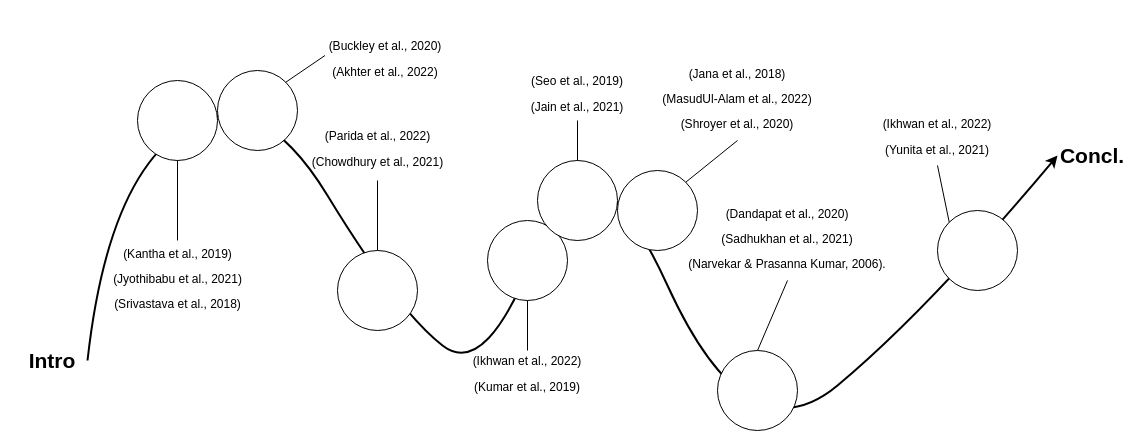
The draw.io diagram intro.drawio in hidayatmn378/MyThesis, before the edit. Source tidied: cells renumbered, new cells numbered last; positions are measured from the earlier drawing's top-left corner, leaving out a move shared by most shapes. Both pictures are drawn from the tidied source at 100%, with x=0, y=0 at pixel (17, 20).
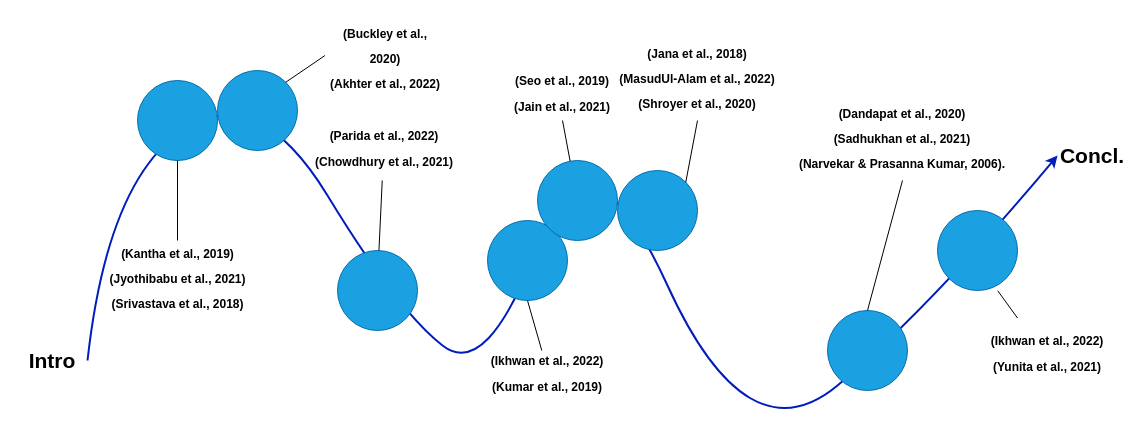
After the change.

Diff of the diagram source:
```diff
@@
-    <mxCell id="2" value="&lt;font style=&quot;font-size: 21px;&quot;&gt;Intro&lt;/font&gt;" style="text;html=1;strokeColor=none;fillColor=none;align=center;verticalAlign=middle;whiteSpace=wrap;rounded=0;fontSize=21;fontStyle=1;" parent="1" vertex="1">
+    <mxCell id="2" value="&lt;font style=&quot;font-size: 21px;&quot;&gt;Intro&lt;/font&gt;" style="text;html=1;align=center;verticalAlign=middle;whiteSpace=wrap;rounded=0;fontSize=21;fontStyle=1;" parent="1" vertex="1">
       <mxGeometry y="320" width="70" height="40" as="geometry" />
     </mxCell>
-    <mxCell id="3" value="Concl." style="text;html=1;strokeColor=none;fillColor=none;align=center;verticalAlign=middle;whiteSpace=wrap;rounded=0;fontSize=21;fontStyle=1;" parent="1" vertex="1">
+    <mxCell id="3" value="Concl." style="text;html=1;align=center;verticalAlign=middle;whiteSpace=wrap;rounded=0;fontSize=21;fontStyle=1;" parent="1" vertex="1">
       <mxGeometry x="1040" y="110" width="70" height="50" as="geometry" />
     </mxCell>
-    <mxCell id="4" style="curved=1;endArrow=classic;html=1;rounded=0;fontSize=21;exitX=1;exitY=0.5;exitDx=0;exitDy=0;entryX=0;entryY=0.5;entryDx=0;entryDy=0;strokeWidth=2;" parent="1" edge="1" source="2" target="3">
+    <mxCell id="4" style="curved=1;endArrow=classic;html=1;rounded=0;fontSize=21;exitX=1;exitY=0.5;exitDx=0;exitDy=0;entryX=0;entryY=0.5;entryDx=0;entryDy=0;strokeWidth=2;fillColor=#0050ef;strokeColor=#001DBC;" parent="1" edge="1" source="2" target="3">
       <mxGeometry relative="1" as="geometry">
         <Array as="points">
           <mxPoint x="90" y="160" />
           <mxPoint x="240" y="60" />
           <mxPoint x="380" y="290" />
           <mxPoint x="470" y="360" />
           <mxPoint x="570" y="90" />
           <mxPoint x="730" y="440" />
           <mxPoint x="910" y="290" />
         </Array>
       </mxGeometry>
     </mxCell>
-    <mxCell id="5" style="ellipse;whiteSpace=wrap;html=1;fontSize=21;" parent="1" vertex="1">
+    <mxCell id="5" style="ellipse;whiteSpace=wrap;html=1;fontSize=21;fillColor=#1ba1e2;fontColor=#ffffff;strokeColor=#006EAF;" parent="1" vertex="1">
       <mxGeometry x="120" y="60" width="80" height="80" as="geometry" />
     </mxCell>
-    <mxCell id="6" style="ellipse;whiteSpace=wrap;html=1;fontSize=21;" parent="1" vertex="1">
+    <mxCell id="6" style="ellipse;whiteSpace=wrap;html=1;fontSize=21;fillColor=#1ba1e2;fontColor=#ffffff;strokeColor=#006EAF;" parent="1" vertex="1">
       <mxGeometry x="200" y="50" width="80" height="80" as="geometry" />
     </mxCell>
-    <mxCell id="7" style="ellipse;whiteSpace=wrap;html=1;fontSize=21;" parent="1" vertex="1">
+    <mxCell id="7" style="ellipse;whiteSpace=wrap;html=1;fontSize=21;fillColor=#1ba1e2;fontColor=#ffffff;strokeColor=#006EAF;" parent="1" vertex="1">
       <mxGeometry x="320" y="230" width="80" height="80" as="geometry" />
     </mxCell>
-    <mxCell id="8" style="ellipse;whiteSpace=wrap;html=1;fontSize=21;" parent="1" vertex="1">
+    <mxCell id="8" style="ellipse;whiteSpace=wrap;html=1;fontSize=21;fillColor=#1ba1e2;fontColor=#ffffff;strokeColor=#006EAF;" parent="1" vertex="1">
       <mxGeometry x="470" y="200" width="80" height="80" as="geometry" />
     </mxCell>
-    <mxCell id="9" style="ellipse;whiteSpace=wrap;html=1;fontSize=21;" parent="1" vertex="1">
+    <mxCell id="9" style="ellipse;whiteSpace=wrap;html=1;fontSize=21;fillColor=#1ba1e2;fontColor=#ffffff;strokeColor=#006EAF;" parent="1" vertex="1">
       <mxGeometry x="520" y="140" width="80" height="80" as="geometry" />
     </mxCell>
-    <mxCell id="10" style="ellipse;whiteSpace=wrap;html=1;fontSize=21;" parent="1" vertex="1">
+    <mxCell id="10" style="ellipse;whiteSpace=wrap;html=1;fontSize=21;fillColor=#1ba1e2;fontColor=#ffffff;strokeColor=#006EAF;" parent="1" vertex="1">
       <mxGeometry x="600" y="150" width="80" height="80" as="geometry" />
     </mxCell>
-    <mxCell id="11" style="ellipse;whiteSpace=wrap;html=1;fontSize=21;" parent="1" vertex="1">
-      <mxGeometry x="700" y="330" width="80" height="80" as="geometry" />
+    <mxCell id="11" style="ellipse;whiteSpace=wrap;html=1;fontSize=21;fillColor=#1ba1e2;fontColor=#ffffff;strokeColor=#006EAF;" parent="1" vertex="1">
+      <mxGeometry x="810" y="290" width="80" height="80" as="geometry" />
     </mxCell>
-    <mxCell id="12" style="ellipse;whiteSpace=wrap;html=1;fontSize=21;" parent="1" vertex="1">
+    <mxCell id="12" style="ellipse;whiteSpace=wrap;html=1;fontSize=21;fillColor=#1ba1e2;fontColor=#ffffff;strokeColor=#006EAF;" parent="1" vertex="1">
       <mxGeometry x="920" y="190" width="80" height="80" as="geometry" />
     </mxCell>
-    <mxCell id="13" value="&lt;div&gt;&lt;font style=&quot;font-size: 12px;&quot;&gt;(Kantha et al., 2019)&lt;/font&gt;&lt;/div&gt;&lt;div&gt;&lt;font style=&quot;font-size: 12px;&quot;&gt;(Jyothibabu et al., 2021)&lt;br&gt;&lt;/font&gt;&lt;/div&gt;&lt;div&gt;&lt;font style=&quot;font-size: 12px;&quot;&gt;(Srivastava et al., 2018)&lt;br&gt;&lt;/font&gt;&lt;/div&gt;" style="text;html=1;strokeColor=none;fillColor=none;align=center;verticalAlign=middle;whiteSpace=wrap;rounded=0;fontSize=21;" parent="1" vertex="1">
+    <mxCell id="13" value="&lt;div&gt;&lt;font style=&quot;font-size: 12px;&quot;&gt;(Kantha et al., 2019)&lt;/font&gt;&lt;/div&gt;&lt;div&gt;&lt;font style=&quot;font-size: 12px;&quot;&gt;(Jyothibabu et al., 2021)&lt;br&gt;&lt;/font&gt;&lt;/div&gt;&lt;div&gt;&lt;font style=&quot;font-size: 12px;&quot;&gt;(Srivastava et al., 2018)&lt;br&gt;&lt;/font&gt;&lt;/div&gt;" style="text;html=1;strokeColor=none;fillColor=none;align=center;verticalAlign=middle;whiteSpace=wrap;rounded=0;fontSize=21;fontStyle=1;" parent="1" vertex="1">
       <mxGeometry x="82.5" y="220" width="155" height="70" as="geometry" />
     </mxCell>
@@
-    <mxCell id="15" value="&lt;div&gt;&lt;font style=&quot;font-size: 12px;&quot;&gt;(Buckley et al., 2020)&lt;/font&gt;&lt;/div&gt;&lt;div&gt;&lt;font style=&quot;font-size: 12px;&quot;&gt;(Akhter et al., 2022)&lt;br&gt;&lt;/font&gt;&lt;/div&gt;" style="text;html=1;strokeColor=none;fillColor=none;align=center;verticalAlign=middle;whiteSpace=wrap;rounded=0;fontSize=21;" parent="1" vertex="1">
+    <mxCell id="15" value="&lt;div&gt;&lt;font style=&quot;font-size: 12px;&quot;&gt;(Buckley et al., 2020)&lt;/font&gt;&lt;/div&gt;&lt;div&gt;&lt;font style=&quot;font-size: 12px;&quot;&gt;(Akhter et al., 2022)&lt;br&gt;&lt;/font&gt;&lt;/div&gt;" style="text;html=1;strokeColor=none;fillColor=none;align=center;verticalAlign=middle;whiteSpace=wrap;rounded=0;fontSize=21;fontStyle=1;" parent="1" vertex="1">
       <mxGeometry x="307.5" width="120" height="70" as="geometry" />
     </mxCell>
@@
-    <mxCell id="17" value="&lt;div&gt;&lt;font style=&quot;font-size: 12px;&quot;&gt;(Parida et al.,&lt;/font&gt;&lt;font style=&quot;font-size: 12px;&quot;&gt; 2022)&lt;br&gt;&lt;/font&gt;&lt;/div&gt;&lt;div&gt;&lt;font style=&quot;font-size: 12px;&quot;&gt;(Chowdhury et al., 2021)&lt;br&gt;&lt;/font&gt;&lt;/div&gt;" style="text;html=1;strokeColor=none;fillColor=none;align=center;verticalAlign=middle;whiteSpace=wrap;rounded=0;fontSize=21;" parent="1" vertex="1">
-      <mxGeometry x="292.5" y="90" width="135" height="70" as="geometry" />
+    <mxCell id="17" value="&lt;div&gt;&lt;font style=&quot;font-size: 12px;&quot;&gt;(Parida et al.,&lt;/font&gt;&lt;font style=&quot;font-size: 12px;&quot;&gt; 2022)&lt;br&gt;&lt;/font&gt;&lt;/div&gt;&lt;div&gt;&lt;font style=&quot;font-size: 12px;&quot;&gt;(Chowdhury et al., 2021)&lt;br&gt;&lt;/font&gt;&lt;/div&gt;" style="text;html=1;strokeColor=none;fillColor=none;align=center;verticalAlign=middle;whiteSpace=wrap;rounded=0;fontSize=21;fontStyle=1;" parent="1" vertex="1">
+      <mxGeometry x="292.5" y="90" width="147.5" height="70" as="geometry" />
     </mxCell>
@@
-    <mxCell id="19" value="&lt;div&gt;&lt;font style=&quot;font-size: 12px;&quot;&gt;(Ikhwan et al., 2022&lt;/font&gt;&lt;font style=&quot;font-size: 12px;&quot;&gt;)&lt;/font&gt;&lt;/div&gt;&lt;div&gt;&lt;font style=&quot;font-size: 12px;&quot;&gt;(Kumar et al., 2019)&lt;/font&gt;&lt;/div&gt;" style="text;html=1;strokeColor=none;fillColor=none;align=center;verticalAlign=middle;whiteSpace=wrap;rounded=0;fontSize=21;" parent="1" vertex="1">
-      <mxGeometry x="450" y="330" width="120" height="40" as="geometry" />
+    <mxCell id="19" value="&lt;div&gt;&lt;font style=&quot;font-size: 12px;&quot;&gt;(Ikhwan et al., 2022&lt;/font&gt;&lt;font style=&quot;font-size: 12px;&quot;&gt;)&lt;/font&gt;&lt;/div&gt;&lt;div&gt;&lt;font style=&quot;font-size: 12px;&quot;&gt;(Kumar et al., 2019)&lt;/font&gt;&lt;/div&gt;" style="text;html=1;strokeColor=none;fillColor=none;align=center;verticalAlign=middle;whiteSpace=wrap;rounded=0;fontSize=21;fontStyle=1;" parent="1" vertex="1">
+      <mxGeometry x="470" y="330" width="120" height="40" as="geometry" />
     </mxCell>
@@
-    <mxCell id="21" value="&lt;div&gt;&lt;font style=&quot;font-size: 12px;&quot;&gt;(Seo et al., 2019)&lt;/font&gt;&lt;/div&gt;&lt;div&gt;&lt;font style=&quot;font-size: 12px;&quot;&gt;(Jain et al., 2021)&lt;br&gt;&lt;/font&gt;&lt;/div&gt;" style="text;html=1;strokeColor=none;fillColor=none;align=center;verticalAlign=middle;whiteSpace=wrap;rounded=0;fontSize=21;" parent="1" vertex="1">
-      <mxGeometry x="495" y="40" width="130" height="60" as="geometry" />
+    <mxCell id="21" value="&lt;div&gt;&lt;font style=&quot;font-size: 12px;&quot;&gt;(Seo et al., 2019)&lt;/font&gt;&lt;/div&gt;&lt;div&gt;&lt;font style=&quot;font-size: 12px;&quot;&gt;(Jain et al., 2021)&lt;br&gt;&lt;/font&gt;&lt;/div&gt;" style="text;html=1;strokeColor=none;fillColor=none;align=center;verticalAlign=middle;whiteSpace=wrap;rounded=0;fontSize=21;fontStyle=1;" parent="1" vertex="1">
+      <mxGeometry x="480" y="40" width="130" height="60" as="geometry" />
     </mxCell>
@@
-    <mxCell id="23" value="&lt;div&gt;&lt;font style=&quot;font-size: 12px;&quot;&gt;(Jana et al., 2018)&lt;/font&gt;&lt;/div&gt;&lt;div&gt;&lt;font style=&quot;font-size: 12px;&quot;&gt;(MasudUl-Alam et al., 2022)&lt;br&gt;&lt;/font&gt;&lt;/div&gt;&lt;div&gt;&lt;font style=&quot;font-size: 12px;&quot;&gt;(Shroyer et al., 2020)&lt;br&gt;&lt;/font&gt;&lt;/div&gt;" style="text;html=1;strokeColor=none;fillColor=none;align=center;verticalAlign=middle;whiteSpace=wrap;rounded=0;fontSize=21;" parent="1" vertex="1">
-      <mxGeometry x="640" y="30" width="160" height="90" as="geometry" />
+    <mxCell id="23" value="&lt;div&gt;&lt;font style=&quot;font-size: 12px;&quot;&gt;(Jana et al., 2018)&lt;/font&gt;&lt;/div&gt;&lt;div&gt;&lt;font style=&quot;font-size: 12px;&quot;&gt;(MasudUl-Alam et al., 2022)&lt;br&gt;&lt;/font&gt;&lt;/div&gt;&lt;div&gt;&lt;font style=&quot;font-size: 12px;&quot;&gt;(Shroyer et al., 2020)&lt;br&gt;&lt;/font&gt;&lt;/div&gt;" style="text;html=1;strokeColor=none;fillColor=none;align=center;verticalAlign=middle;whiteSpace=wrap;rounded=0;fontSize=21;fontStyle=1;" parent="1" vertex="1">
+      <mxGeometry x="600" y="10" width="160" height="90" as="geometry" />
     </mxCell>
@@
-    <mxCell id="25" value="&lt;div&gt;&lt;font style=&quot;font-size: 12px;&quot;&gt;(Dandapat et al., 2020)&lt;/font&gt;&lt;/div&gt;&lt;div&gt;&lt;font style=&quot;font-size: 12px;&quot;&gt;(Sadhukhan et al., 2021)&lt;br&gt;&lt;/font&gt;&lt;/div&gt;&lt;div&gt;&lt;font style=&quot;font-size: 12px;&quot;&gt;(Narvekar &amp;amp; Prasanna Kumar, 2006).&lt;br&gt;&lt;/font&gt;&lt;/div&gt;" style="text;html=1;strokeColor=none;fillColor=none;align=center;verticalAlign=middle;whiteSpace=wrap;rounded=0;fontSize=21;" parent="1" vertex="1">
-      <mxGeometry x="670" y="170" width="200" height="90" as="geometry" />
+    <mxCell id="25" value="&lt;div&gt;&lt;font style=&quot;font-size: 12px;&quot;&gt;(Dandapat et al., 2020)&lt;/font&gt;&lt;/div&gt;&lt;div&gt;&lt;font style=&quot;font-size: 12px;&quot;&gt;(Sadhukhan et al., 2021)&lt;br&gt;&lt;/font&gt;&lt;/div&gt;&lt;div&gt;&lt;font style=&quot;font-size: 12px;&quot;&gt;(Narvekar &amp;amp; Prasanna Kumar, 2006).&lt;br&gt;&lt;/font&gt;&lt;/div&gt;" style="text;html=1;strokeColor=none;fillColor=none;align=center;verticalAlign=middle;whiteSpace=wrap;rounded=0;fontSize=21;fontStyle=1;" parent="1" vertex="1">
+      <mxGeometry x="780" y="70" width="210" height="90" as="geometry" />
     </mxCell>
@@
-    <mxCell id="27" value="&lt;div&gt;&lt;font style=&quot;font-size: 12px;&quot;&gt;(Ikhwan et al., 2022&lt;/font&gt;&lt;font style=&quot;font-size: 12px;&quot;&gt;)&lt;/font&gt;&lt;/div&gt;&lt;div&gt;&lt;font style=&quot;font-size: 12px;&quot;&gt;(Yunita et al., 2021)&lt;/font&gt;&lt;/div&gt;" style="text;html=1;strokeColor=none;fillColor=none;align=center;verticalAlign=middle;whiteSpace=wrap;rounded=0;fontSize=21;" parent="1" vertex="1">
-      <mxGeometry x="860" y="80" width="120" height="65" as="geometry" />
+    <mxCell id="27" value="&lt;div&gt;&lt;font style=&quot;font-size: 12px;&quot;&gt;(Ikhwan et al., 2022&lt;/font&gt;&lt;font style=&quot;font-size: 12px;&quot;&gt;)&lt;/font&gt;&lt;/div&gt;&lt;div&gt;&lt;font style=&quot;font-size: 12px;&quot;&gt;(Yunita et al., 2021)&lt;/font&gt;&lt;/div&gt;" style="text;html=1;strokeColor=none;fillColor=none;align=center;verticalAlign=middle;whiteSpace=wrap;rounded=0;fontSize=21;fontStyle=1;" parent="1" vertex="1">
+      <mxGeometry x="970" y="297.5" width="120" height="65" as="geometry" />
     </mxCell>
-    <mxCell id="28" style="endArrow=none;html=1;rounded=0;fontSize=12;exitX=0;exitY=0;exitDx=0;exitDy=0;entryX=0.5;entryY=1;entryDx=0;entryDy=0;" parent="1" edge="1" source="12" target="27">
+    <mxCell id="28" style="endArrow=none;html=1;rounded=0;fontSize=12;exitX=0.753;exitY=1.003;exitDx=0;exitDy=0;entryX=0.25;entryY=0;entryDx=0;entryDy=0;exitPerimeter=0;" parent="1" edge="1" source="12" target="27">
       <mxGeometry relative="1" as="geometry" />
     </mxCell>
```
